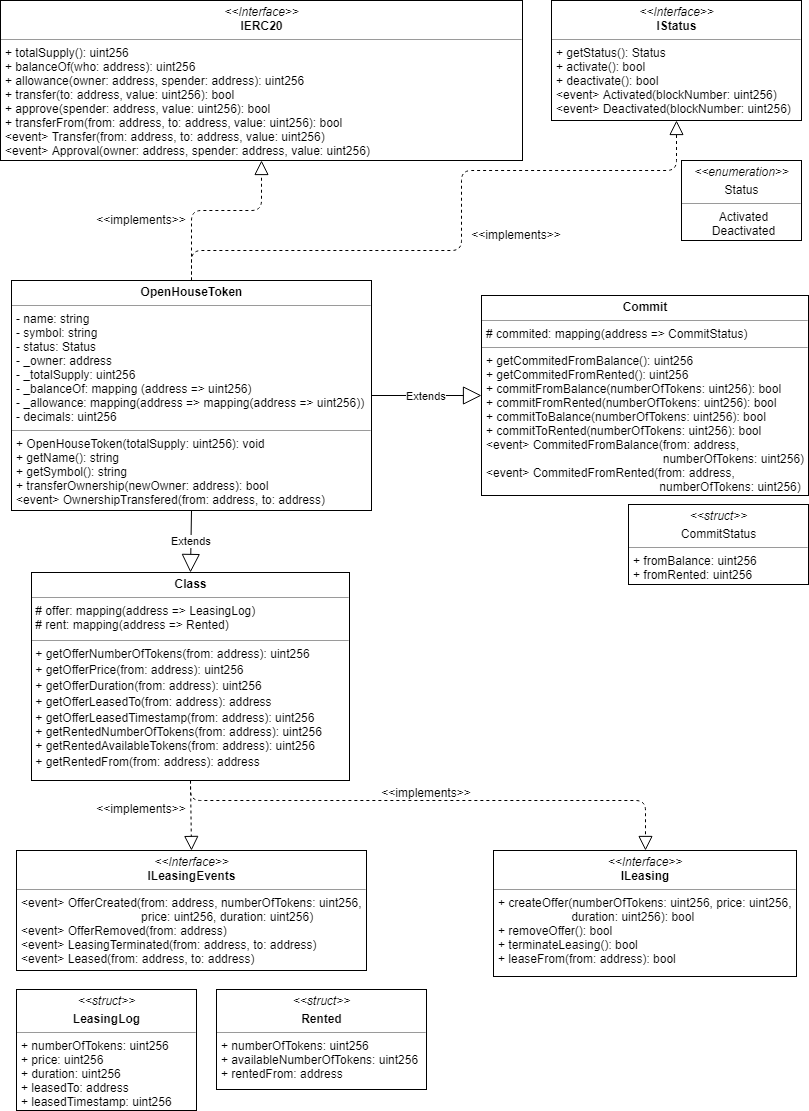
Above: uml/OpenHouseToken/OpenHouseToken.png in gkamtzir/Ethereum-ICO-Diploma-Thesis (draw.io), before the change. Source tidied: cells renumbered, new cells last; positions are measured from the earlier drawing's top-left corner, leaving out a move shared by most shapes.
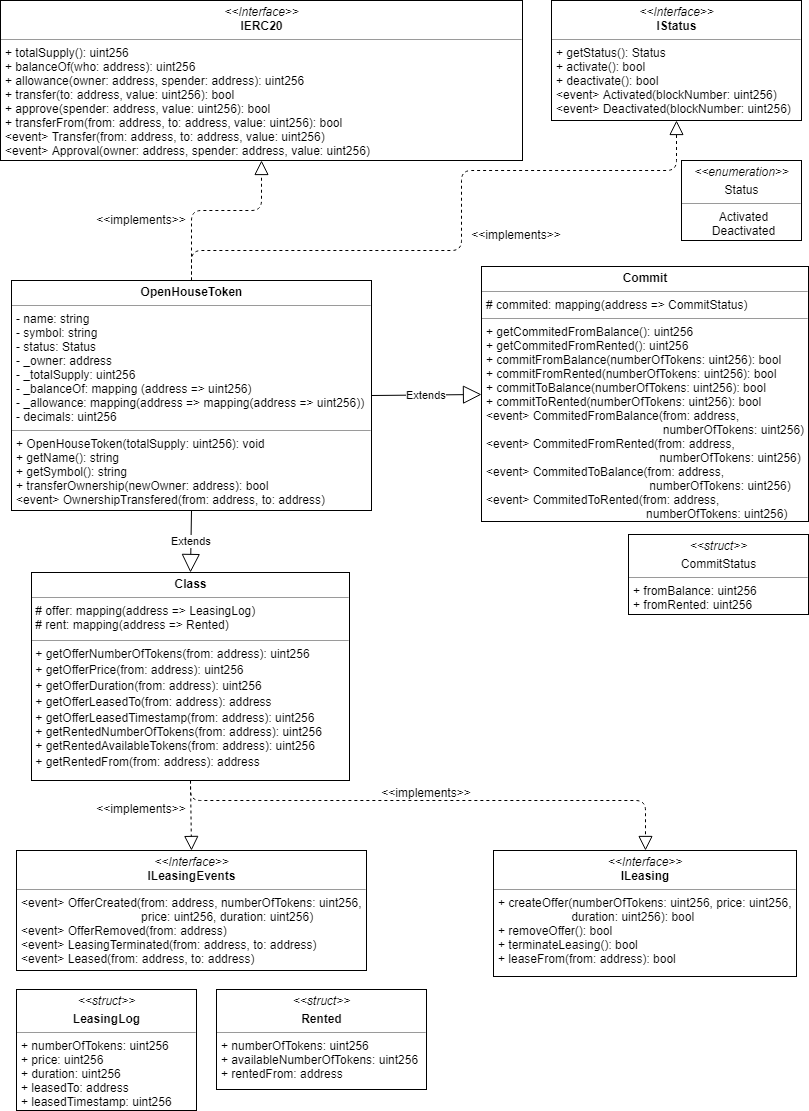
The same file after the commit.

Commit message:
Added missing event to Commit class diagram.

What changed in the source:
```diff
@@ -25,11 +25,11 @@
     <mxCell id="7" value="&lt;p style=&quot;margin: 0px ; margin-top: 4px ; text-align: center&quot;&gt;&lt;i&gt;&amp;lt;&amp;lt;Interface&amp;gt;&amp;gt;&lt;/i&gt;&lt;br&gt;&lt;b&gt;ILeasingEvents&lt;/b&gt;&lt;/p&gt;&lt;hr size=&quot;1&quot;&gt;&lt;p style=&quot;margin: 0px ; margin-left: 4px&quot;&gt;&amp;lt;event&amp;gt; OfferCreated(from: address, numberOfTokens: uint256,&lt;/p&gt;&lt;p style=&quot;margin: 0px ; margin-left: 4px&quot;&gt;&amp;nbsp; &amp;nbsp; &amp;nbsp; &amp;nbsp; &amp;nbsp; &amp;nbsp; &amp;nbsp; &amp;nbsp; &amp;nbsp; &amp;nbsp; &amp;nbsp; &amp;nbsp; &amp;nbsp; &amp;nbsp; &amp;nbsp; &amp;nbsp; &amp;nbsp; &amp;nbsp; price: uint256, duration: uint256)&lt;br&gt;&amp;lt;event&amp;gt; OfferRemoved(from: address)&lt;/p&gt;&lt;p style=&quot;margin: 0px ; margin-left: 4px&quot;&gt;&amp;lt;event&amp;gt; LeasingTerminated(from: address, to: address)&lt;/p&gt;&lt;p style=&quot;margin: 0px ; margin-left: 4px&quot;&gt;&amp;lt;event&amp;gt; Leased(from: address, to: address)&lt;/p&gt;" style="verticalAlign=top;align=left;overflow=fill;fontSize=12;fontFamily=Helvetica;html=1;" parent="1" vertex="1">
       <mxGeometry x="16" y="850" width="350" height="120" as="geometry" />
     </mxCell>
-    <mxCell id="8" value="&lt;p style=&quot;margin: 0px ; margin-top: 4px ; text-align: center&quot;&gt;&lt;b&gt;Commit&lt;/b&gt;&lt;/p&gt;&lt;hr size=&quot;1&quot;&gt;&lt;p style=&quot;margin: 0px ; margin-left: 4px&quot;&gt;# commited: mapping(address =&amp;gt; CommitStatus)&lt;/p&gt;&lt;hr size=&quot;1&quot;&gt;&lt;p style=&quot;margin: 0px ; margin-left: 4px&quot;&gt;+ getCommitedFromBalance(): uint256&lt;br&gt;&lt;/p&gt;&lt;p style=&quot;margin: 0px ; margin-left: 4px&quot;&gt;+ getCommitedFromRented(): uint256&lt;/p&gt;&lt;p style=&quot;margin: 0px ; margin-left: 4px&quot;&gt;+ commitFromBalance(numberOfTokens: uint256): bool&lt;/p&gt;&lt;p style=&quot;margin: 0px ; margin-left: 4px&quot;&gt;+ commitFromRented(numberOfTokens: uint256): bool&lt;/p&gt;&lt;p style=&quot;margin: 0px ; margin-left: 4px&quot;&gt;+ commitToBalance(numberOfTokens: uint256): bool&lt;/p&gt;&lt;p style=&quot;margin: 0px ; margin-left: 4px&quot;&gt;+ commitToRented(numberOfTokens: uint256): bool&lt;/p&gt;&lt;p style=&quot;margin: 0px ; margin-left: 4px&quot;&gt;&amp;lt;event&amp;gt; CommitedFromBalance(from: address,&amp;nbsp;&lt;/p&gt;&lt;p style=&quot;margin: 0px ; margin-left: 4px&quot;&gt;&amp;nbsp; &amp;nbsp; &amp;nbsp; &amp;nbsp; &amp;nbsp; &amp;nbsp; &amp;nbsp; &amp;nbsp; &amp;nbsp; &amp;nbsp; &amp;nbsp; &amp;nbsp; &amp;nbsp; &amp;nbsp; &amp;nbsp; &amp;nbsp; &amp;nbsp; &amp;nbsp; &amp;nbsp; &amp;nbsp; &amp;nbsp; &amp;nbsp; &amp;nbsp; &amp;nbsp; &amp;nbsp; &amp;nbsp; &amp;nbsp;numberOfTokens: uint256)&lt;/p&gt;&lt;p style=&quot;margin: 0px ; margin-left: 4px&quot;&gt;&amp;lt;event&amp;gt; CommitedFromRented(from: address,&lt;br&gt;&amp;nbsp; &amp;nbsp; &amp;nbsp; &amp;nbsp; &amp;nbsp; &amp;nbsp; &amp;nbsp; &amp;nbsp; &amp;nbsp; &amp;nbsp; &amp;nbsp; &amp;nbsp; &amp;nbsp; &amp;nbsp; &amp;nbsp; &amp;nbsp; &amp;nbsp; &amp;nbsp; &amp;nbsp; &amp;nbsp; &amp;nbsp; &amp;nbsp; &amp;nbsp; &amp;nbsp; &amp;nbsp; &amp;nbsp; numberOfTokens: uint256)&lt;/p&gt;" style="verticalAlign=top;align=left;overflow=fill;fontSize=12;fontFamily=Helvetica;html=1;" parent="1" vertex="1">
-      <mxGeometry x="481" y="295" width="327" height="200" as="geometry" />
+    <mxCell id="8" value="&lt;p style=&quot;margin: 0px ; margin-top: 4px ; text-align: center&quot;&gt;&lt;b&gt;Commit&lt;/b&gt;&lt;/p&gt;&lt;hr size=&quot;1&quot;&gt;&lt;p style=&quot;margin: 0px ; margin-left: 4px&quot;&gt;# commited: mapping(address =&amp;gt; CommitStatus)&lt;/p&gt;&lt;hr size=&quot;1&quot;&gt;&lt;p style=&quot;margin: 0px ; margin-left: 4px&quot;&gt;+ getCommitedFromBalance(): uint256&lt;br&gt;&lt;/p&gt;&lt;p style=&quot;margin: 0px ; margin-left: 4px&quot;&gt;+ getCommitedFromRented(): uint256&lt;/p&gt;&lt;p style=&quot;margin: 0px ; margin-left: 4px&quot;&gt;+ commitFromBalance(numberOfTokens: uint256): bool&lt;/p&gt;&lt;p style=&quot;margin: 0px ; margin-left: 4px&quot;&gt;+ commitFromRented(numberOfTokens: uint256): bool&lt;/p&gt;&lt;p style=&quot;margin: 0px ; margin-left: 4px&quot;&gt;+ commitToBalance(numberOfTokens: uint256): bool&lt;/p&gt;&lt;p style=&quot;margin: 0px ; margin-left: 4px&quot;&gt;+ commitToRented(numberOfTokens: uint256): bool&lt;/p&gt;&lt;p style=&quot;margin: 0px ; margin-left: 4px&quot;&gt;&amp;lt;event&amp;gt; CommitedFromBalance(from: address,&amp;nbsp;&lt;/p&gt;&lt;p style=&quot;margin: 0px ; margin-left: 4px&quot;&gt;&amp;nbsp; &amp;nbsp; &amp;nbsp; &amp;nbsp; &amp;nbsp; &amp;nbsp; &amp;nbsp; &amp;nbsp; &amp;nbsp; &amp;nbsp; &amp;nbsp; &amp;nbsp; &amp;nbsp; &amp;nbsp; &amp;nbsp; &amp;nbsp; &amp;nbsp; &amp;nbsp; &amp;nbsp; &amp;nbsp; &amp;nbsp; &amp;nbsp; &amp;nbsp; &amp;nbsp; &amp;nbsp; &amp;nbsp; &amp;nbsp;numberOfTokens: uint256)&lt;/p&gt;&lt;p style=&quot;margin: 0px ; margin-left: 4px&quot;&gt;&amp;lt;event&amp;gt; CommitedFromRented(from: address,&lt;br&gt;&amp;nbsp; &amp;nbsp; &amp;nbsp; &amp;nbsp; &amp;nbsp; &amp;nbsp; &amp;nbsp; &amp;nbsp; &amp;nbsp; &amp;nbsp; &amp;nbsp; &amp;nbsp; &amp;nbsp; &amp;nbsp; &amp;nbsp; &amp;nbsp; &amp;nbsp; &amp;nbsp; &amp;nbsp; &amp;nbsp; &amp;nbsp; &amp;nbsp; &amp;nbsp; &amp;nbsp; &amp;nbsp; &amp;nbsp; numberOfTokens: uint256)&lt;/p&gt;&lt;p style=&quot;margin: 0px ; margin-left: 4px&quot;&gt;&amp;lt;event&amp;gt; CommitedToBalance(from: address,&lt;/p&gt;&lt;p style=&quot;margin: 0px ; margin-left: 4px&quot;&gt;&amp;nbsp; &amp;nbsp; &amp;nbsp; &amp;nbsp; &amp;nbsp; &amp;nbsp; &amp;nbsp; &amp;nbsp; &amp;nbsp; &amp;nbsp; &amp;nbsp; &amp;nbsp; &amp;nbsp; &amp;nbsp; &amp;nbsp; &amp;nbsp; &amp;nbsp; &amp;nbsp; &amp;nbsp; &amp;nbsp; &amp;nbsp; &amp;nbsp; &amp;nbsp; &amp;nbsp; &amp;nbsp;numberOfTokens: uint256)&lt;/p&gt;&lt;p style=&quot;margin: 0px ; margin-left: 4px&quot;&gt;&amp;lt;event&amp;gt; CommitedToRented(from: address,&lt;/p&gt;&lt;p style=&quot;margin: 0px ; margin-left: 4px&quot;&gt;&amp;nbsp; &amp;nbsp; &amp;nbsp; &amp;nbsp; &amp;nbsp; &amp;nbsp; &amp;nbsp; &amp;nbsp; &amp;nbsp; &amp;nbsp; &amp;nbsp; &amp;nbsp; &amp;nbsp; &amp;nbsp; &amp;nbsp; &amp;nbsp; &amp;nbsp; &amp;nbsp; &amp;nbsp; &amp;nbsp; &amp;nbsp; &amp;nbsp; &amp;nbsp; &amp;nbsp; numberOfTokens: uint256)&lt;/p&gt;" style="verticalAlign=top;align=left;overflow=fill;fontSize=12;fontFamily=Helvetica;html=1;" parent="1" vertex="1">
+      <mxGeometry x="481" y="266" width="327" height="255" as="geometry" />
     </mxCell>
     <mxCell id="9" value="&lt;p style=&quot;margin: 0px ; margin-top: 4px ; text-align: center&quot;&gt;&lt;i&gt;&amp;lt;&amp;lt;struct&amp;gt;&amp;gt;&lt;/i&gt;&lt;br&gt;&lt;/p&gt;&lt;p style=&quot;margin: 0px ; margin-top: 4px ; text-align: center&quot;&gt;&lt;span&gt;CommitStatus&lt;/span&gt;&lt;br&gt;&lt;/p&gt;&lt;hr size=&quot;1&quot;&gt;&lt;p style=&quot;margin: 0px ; margin-left: 4px&quot;&gt;+ fromBalance: uint256&lt;/p&gt;&lt;p style=&quot;margin: 0px ; margin-left: 4px&quot;&gt;+ fromRented: uint256&lt;/p&gt;&lt;p style=&quot;margin: 0px ; margin-left: 4px&quot;&gt;&lt;br&gt;&lt;/p&gt;" style="verticalAlign=top;align=left;overflow=fill;fontSize=12;fontFamily=Helvetica;html=1;" parent="1" vertex="1">
-      <mxGeometry x="628" y="504" width="180" height="80" as="geometry" />
+      <mxGeometry x="628" y="534" width="180" height="80" as="geometry" />
     </mxCell>
     <mxCell id="10" value="&lt;p style=&quot;margin: 0px ; margin-top: 4px ; text-align: center&quot;&gt;&lt;i&gt;&amp;lt;&amp;lt;struct&amp;gt;&amp;gt;&lt;/i&gt;&lt;br&gt;&lt;/p&gt;&lt;p style=&quot;margin: 0px ; margin-top: 4px ; text-align: center&quot;&gt;&lt;b&gt;Rented&lt;/b&gt;&lt;/p&gt;&lt;hr size=&quot;1&quot;&gt;&lt;p style=&quot;margin: 0px ; margin-left: 4px&quot;&gt;+ numberOfTokens: uint256&lt;/p&gt;&lt;p style=&quot;margin: 0px ; margin-left: 4px&quot;&gt;+ availableNumberOfTokens: uint256&lt;/p&gt;&lt;p style=&quot;margin: 0px ; margin-left: 4px&quot;&gt;+ rentedFrom: address&lt;/p&gt;&lt;p style=&quot;margin: 0px ; margin-left: 4px&quot;&gt;&lt;br&gt;&lt;/p&gt;" style="verticalAlign=top;align=left;overflow=fill;fontSize=12;fontFamily=Helvetica;html=1;" parent="1" vertex="1">
       <mxGeometry x="216" y="989" width="210" height="100" as="geometry" />
```
